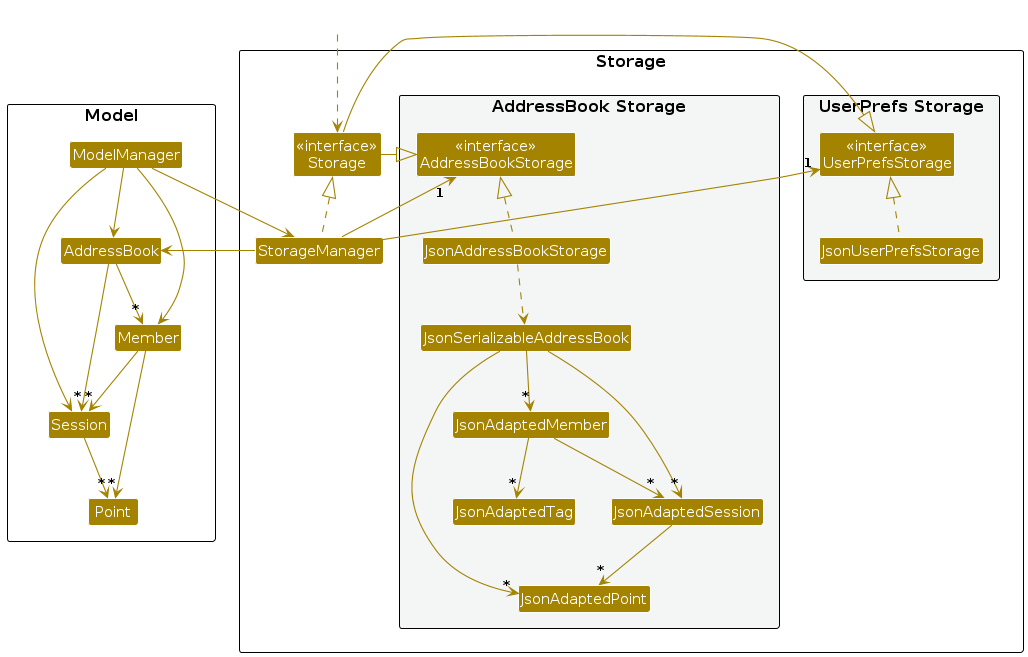
The PlantUML diagram diagrams/StorageClassDiagram.png in AY2425S1-CS2103T-W14-3/tp, before a commit. Its source is kept beside it as diagrams/StorageClassDiagram.puml.
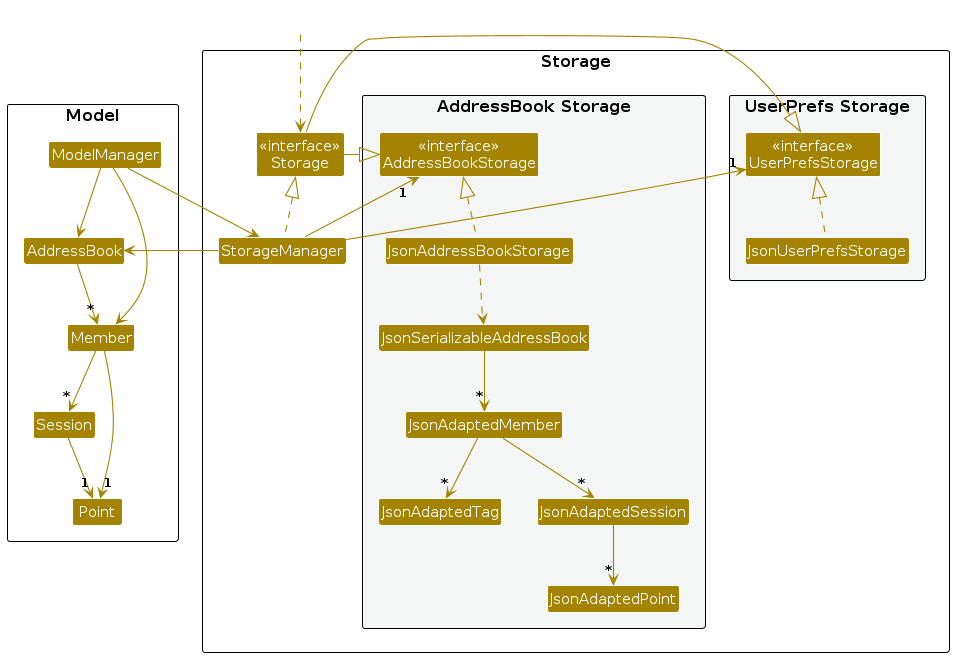
The same file after the commit.

Change to the diagram source:
```diff
@@ -42,19 +42,15 @@
 JsonAddressBookStorage .up.|> AddressBookStorage
 JsonAddressBookStorage ..> JsonSerializableAddressBook
 JsonSerializableAddressBook --> "*" JsonAdaptedMember
-JsonSerializableAddressBook --> "*" JsonAdaptedPoint
-JsonSerializableAddressBook --> "*" JsonAdaptedSession
 JsonAdaptedMember --> "*" JsonAdaptedTag
 JsonAdaptedMember --> "*" JsonAdaptedSession
 JsonAdaptedSession --> "*" JsonAdaptedPoint
-AddressBook --> "*" Session
 AddressBook --> "*" Member
 StorageManager --> AddressBook
 ModelManager --> StorageManager
 ModelManager --> AddressBook
 ModelManager --> Member
-ModelManager --> Session
-Session --> "*" Point
-Member --> "*" Point
+Session --> "1" Point
+Member --> "1" Point
 Member --> "*" Session
 @enduml
```
